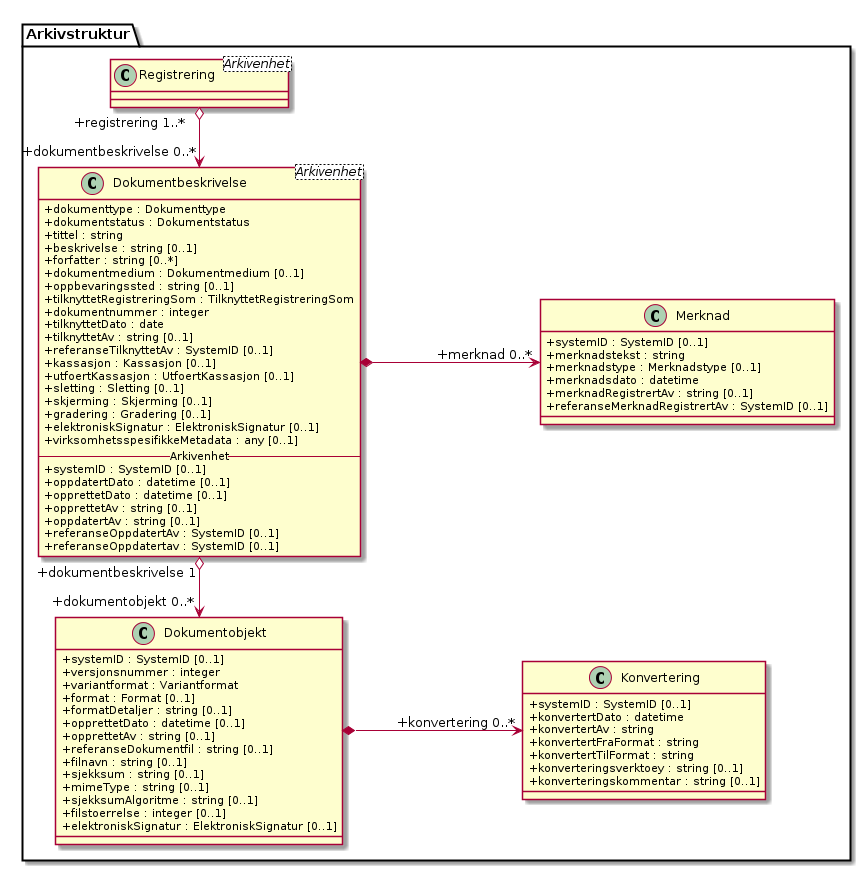
Above: kapitler/media/uml-arkivstruktur-dokumentbeskrivelse-og-dokumentobjekt.png in arkivverket/noark5-tjenestegrensesnitt-standard (PlantUML), before the change. The source it was exported from:
```plantuml
@startuml
skinparam classAttributeIconSize 0
skinparam nodesep 180

class Arkivstruktur.Registrering <Arkivenhet>
class Arkivstruktur.Dokumentobjekt {
  +systemID : SystemID [0..1]
  +versjonsnummer : integer
  +variantformat : Variantformat
  +format : Format [0..1]
  +formatDetaljer : string [0..1]
  +opprettetDato : datetime [0..1]
  +opprettetAv : string [0..1]
  +referanseDokumentfil : string [0..1]
  +filnavn : string [0..1]
  +sjekksum : string [0..1]
  +mimeType : string [0..1]
  +sjekksumAlgoritme : string [0..1]
  +filstoerrelse : integer [0..1]
  +elektroniskSignatur : ElektroniskSignatur [0..1]
}
class Arkivstruktur.Merknad {
  +systemID : SystemID [0..1]
  +merknadstekst : string
  +merknadstype : Merknadstype [0..1]
  +merknadsdato : datetime
  +merknadRegistrertAv : string [0..1]
  +referanseMerknadRegistrertAv : SystemID [0..1]
}
class Arkivstruktur.Konvertering {
  +systemID : SystemID [0..1]
  +konvertertDato : datetime
  +konvertertAv : string
  +konvertertFraFormat : string
  +konvertertTilFormat : string
  +konverteringsverktoey : string [0..1]
  +konverteringskommentar : string [0..1]
}

class Arkivstruktur.Dokumentbeskrivelse <Arkivenhet> {
  +dokumenttype : Dokumenttype
  +dokumentstatus : Dokumentstatus
  +tittel : string
  +beskrivelse : string [0..1]
  +forfatter : string [0..*]
  +dokumentmedium : Dokumentmedium [0..1]
  +oppbevaringssted : string [0..1]
  +tilknyttetRegistreringSom : TilknyttetRegistreringSom
  +dokumentnummer : integer
  +tilknyttetDato : date
  +tilknyttetAv : string [0..1]
  +referanseTilknyttetAv : SystemID [0..1]
  +kassasjon : Kassasjon [0..1]
  +utfoertKassasjon : UtfoertKassasjon [0..1]
  +sletting : Sletting [0..1]
  +skjerming : Skjerming [0..1]
  +gradering : Gradering [0..1]
  +elektroniskSignatur : ElektroniskSignatur [0..1]
  +virksomhetsspesifikkeMetadata : any [0..1]
  -- Arkivenhet --
  +systemID : SystemID [0..1]
  +oppdatertDato : datetime [0..1]
  +opprettetDato : datetime [0..1]
  +opprettetAv : string [0..1]
  +oppdatertAv : string [0..1]
  +referanseOppdatertAv : SystemID [0..1]
  +referanseOppdatertav : SystemID [0..1]
}


Arkivstruktur.Registrering "+registrering 1..*" o--> "+dokumentbeskrivelse 0..*" Arkivstruktur.Dokumentbeskrivelse
Arkivstruktur.Dokumentbeskrivelse *-> "+merknad 0..*" Arkivstruktur.Merknad
Arkivstruktur.Dokumentbeskrivelse "+dokumentbeskrivelse 1" o--> "+dokumentobjekt 0..*" Arkivstruktur.Dokumentobjekt
Arkivstruktur.Dokumentobjekt *-> "+konvertering 0..*" Arkivstruktur.Konvertering
@enduml
```
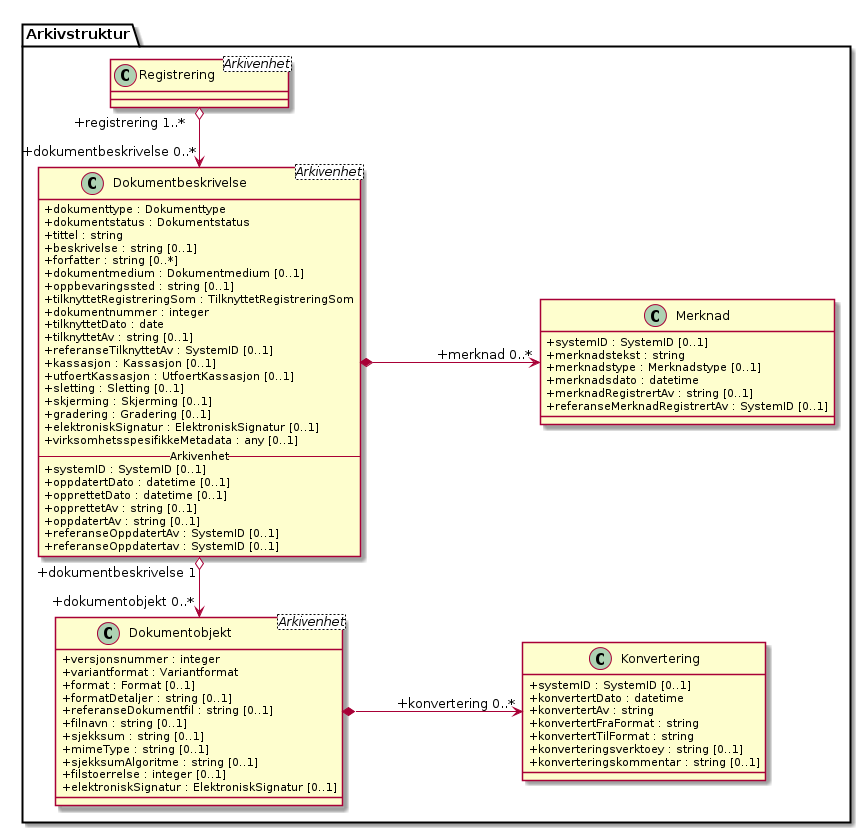
The same diagram one commit later.

Diff of the diagram source:
```diff
@@ -3,14 +3,11 @@
 skinparam nodesep 180
 
 class Arkivstruktur.Registrering <Arkivenhet>
-class Arkivstruktur.Dokumentobjekt {
-  +systemID : SystemID [0..1]
+class Arkivstruktur.Dokumentobjekt <Arkivenhet> {
   +versjonsnummer : integer
   +variantformat : Variantformat
   +format : Format [0..1]
   +formatDetaljer : string [0..1]
-  +opprettetDato : datetime [0..1]
-  +opprettetAv : string [0..1]
   +referanseDokumentfil : string [0..1]
   +filnavn : string [0..1]
   +sjekksum : string [0..1]
```
